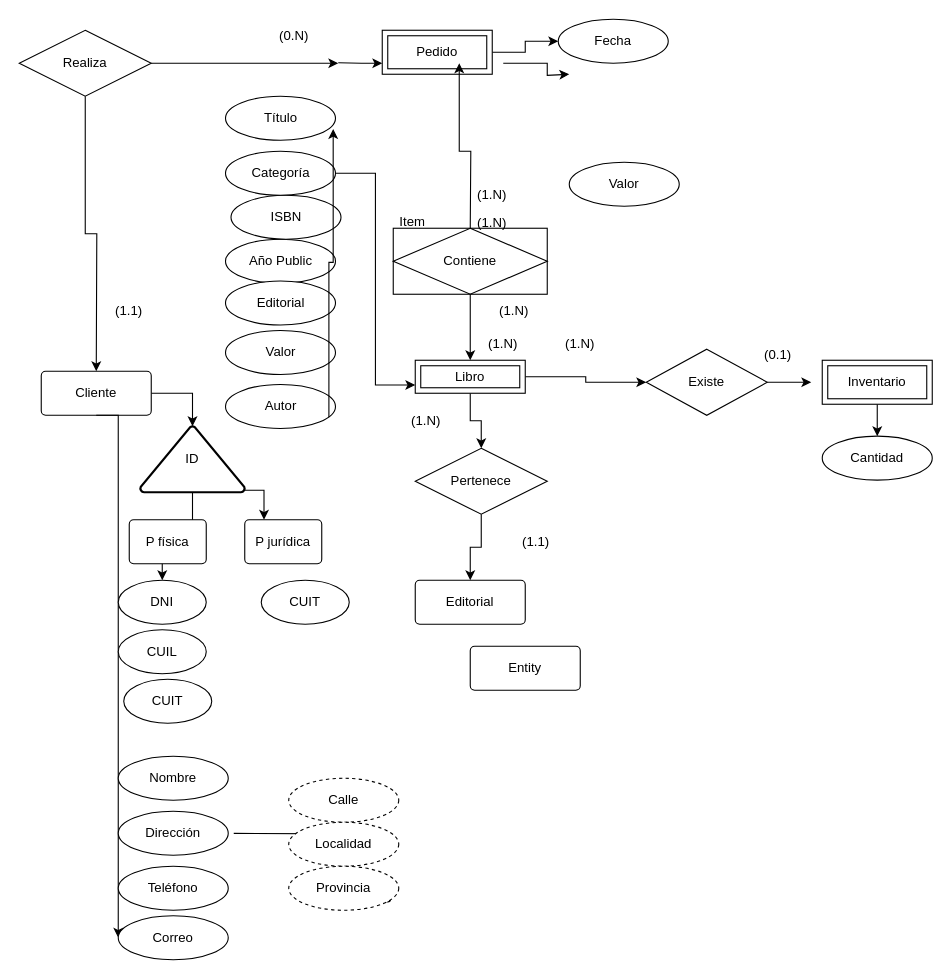
The draw.io diagram db/modelo.drawio in Sergio-Tolaba/ds_ej, before the edit. Source tidied: cells renumbered, new cells numbered last; positions are measured from the earlier drawing's top-left corner, leaving out a move shared by most shapes. Both pictures are drawn from the tidied source at 110%, with x=0, y=0 at pixel (19, 19).
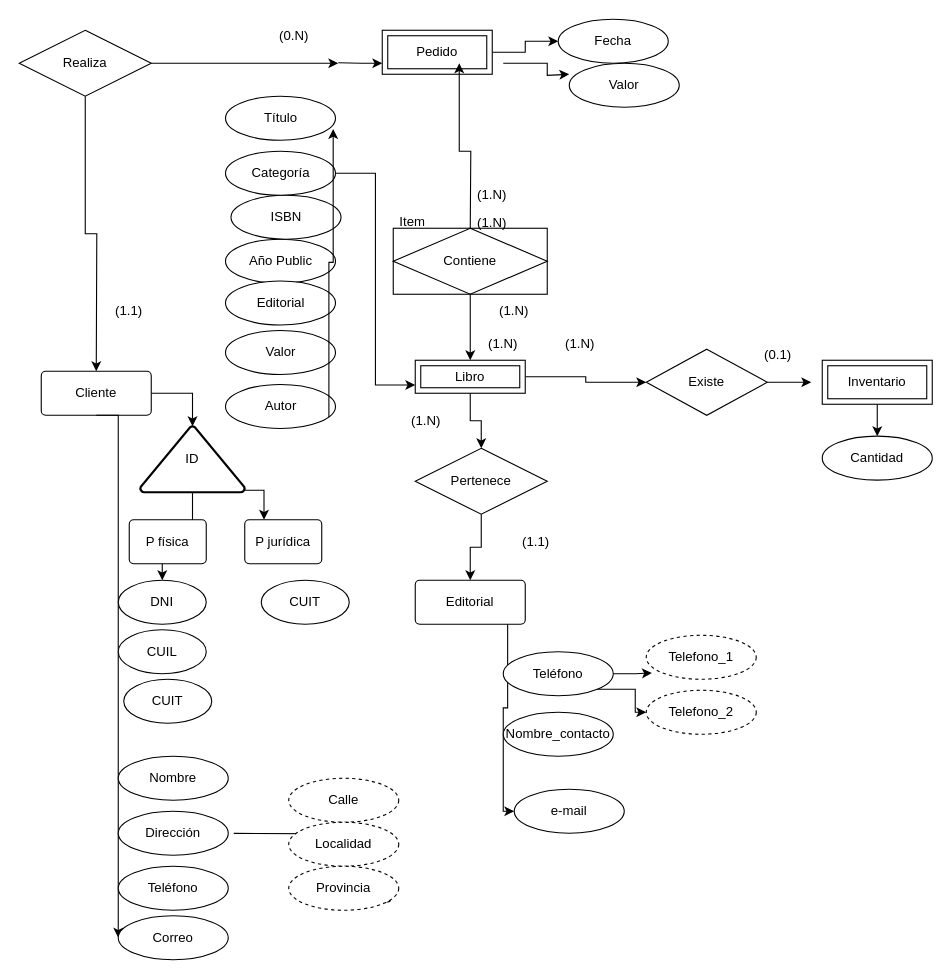
The same page after the edit.

The edit, as a diff of the source:
```diff
@@
+    <mxCell id="68" style="edgeStyle=orthogonalEdgeStyle;rounded=0;jettySize=auto;html=1;exitX=0;exitY=0.5;exitDx=0;exitDy=0;entryX=0;entryY=0.5;entryDx=0;entryDy=0;" parent="1" edge="1" target="72">
+      <mxGeometry relative="1" as="geometry">
+        <mxPoint x="444" y="550" as="sourcePoint" />
+        <Array as="points">
+          <mxPoint x="444" y="626" />
+          <mxPoint x="440" y="626" />
+          <mxPoint x="440" y="720" />
+        </Array>
+      </mxGeometry>
+    </mxCell>
@@
-    <mxCell id="48" value="Entity" style="rounded=1;arcSize=10;whiteSpace=wrap;html=1;align=center;" parent="1" vertex="1">
-      <mxGeometry x="410" y="570" width="100" height="40" as="geometry" />
-    </mxCell>
@@
     <mxCell id="56" value="Valor" style="ellipse;whiteSpace=wrap;html=1;align=center;" parent="1" vertex="1">
-      <mxGeometry x="500" y="130" width="100" height="40" as="geometry" />
+      <mxGeometry x="500" y="40" width="100" height="40" as="geometry" />
     </mxCell>
@@
+    <mxCell id="69" value="Nombre_contacto" style="ellipse;whiteSpace=wrap;html=1;align=center;" parent="1" vertex="1">
+      <mxGeometry x="440" y="630" width="100" height="40" as="geometry" />
+    </mxCell>
+    <mxCell id="70" style="edgeStyle=orthogonalEdgeStyle;rounded=0;jettySize=auto;html=1;exitX=1;exitY=1;exitDx=0;exitDy=0;entryX=0;entryY=0.5;entryDx=0;entryDy=0;" parent="1" edge="1" source="71" target="74">
+      <mxGeometry relative="1" as="geometry" />
+    </mxCell>
+    <mxCell id="71" value="Teléfono" style="ellipse;whiteSpace=wrap;html=1;align=center;" parent="1" vertex="1">
+      <mxGeometry x="440" y="575" width="100" height="40" as="geometry" />
+    </mxCell>
+    <mxCell id="72" value="e-mail" style="ellipse;whiteSpace=wrap;html=1;align=center;" parent="1" vertex="1">
+      <mxGeometry x="450" y="700" width="100" height="40" as="geometry" />
+    </mxCell>
+    <mxCell id="73" value="Telefono_1" style="ellipse;whiteSpace=wrap;html=1;align=center;dashed=1;" parent="1" vertex="1">
+      <mxGeometry x="570" y="560" width="100" height="40" as="geometry" />
+    </mxCell>
+    <mxCell id="74" value="Telefono_2" style="ellipse;whiteSpace=wrap;html=1;align=center;dashed=1;" parent="1" vertex="1">
+      <mxGeometry x="570" y="610" width="100" height="40" as="geometry" />
+    </mxCell>
+    <mxCell id="75" style="edgeStyle=orthogonalEdgeStyle;rounded=0;jettySize=auto;html=1;entryX=0.051;entryY=0.856;entryDx=0;entryDy=0;entryPerimeter=0;" parent="1" edge="1" source="71" target="73">
+      <mxGeometry relative="1" as="geometry" />
+    </mxCell>
```
